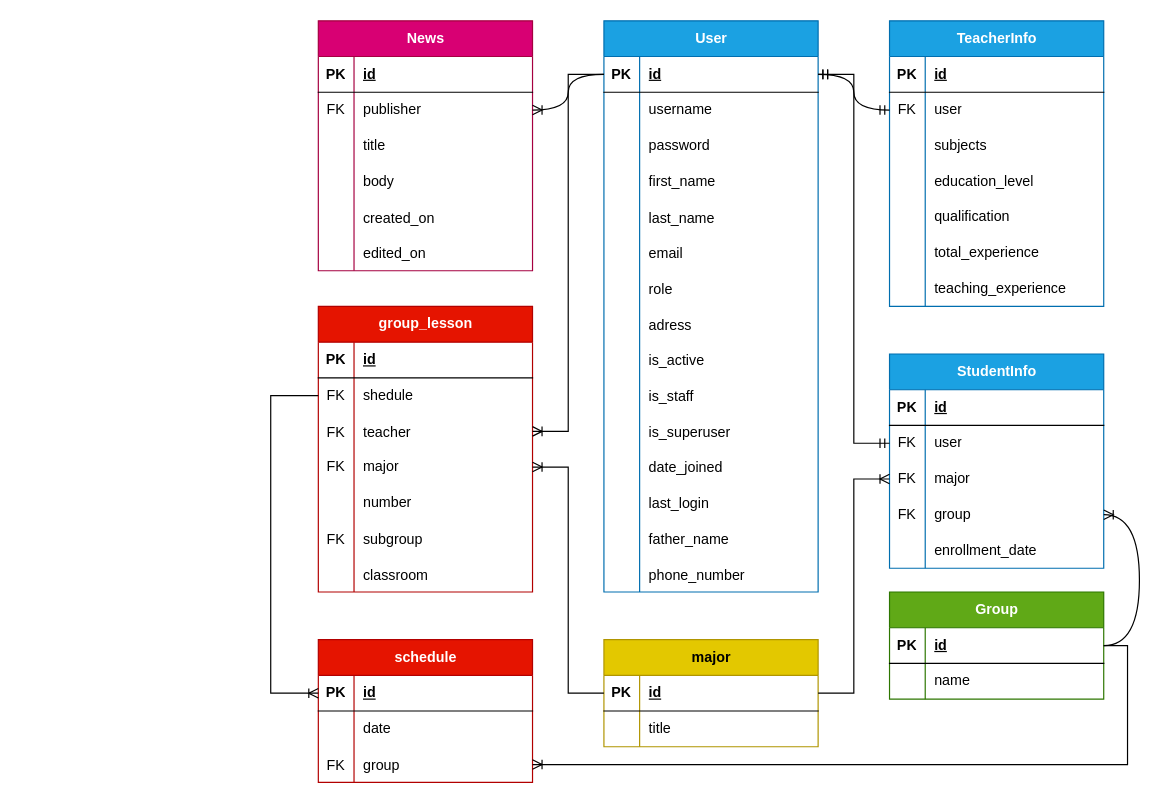
This is ER.drawio from on3ginnn/almetMedCollege, a draw.io file, before an edit. Source tidied: cells renumbered, new cells numbered last; positions are measured from the earlier drawing's top-left corner, leaving out a move shared by most shapes. Both pictures are drawn from the tidied source at 119%, with x=0, y=0 at pixel (270, 20).
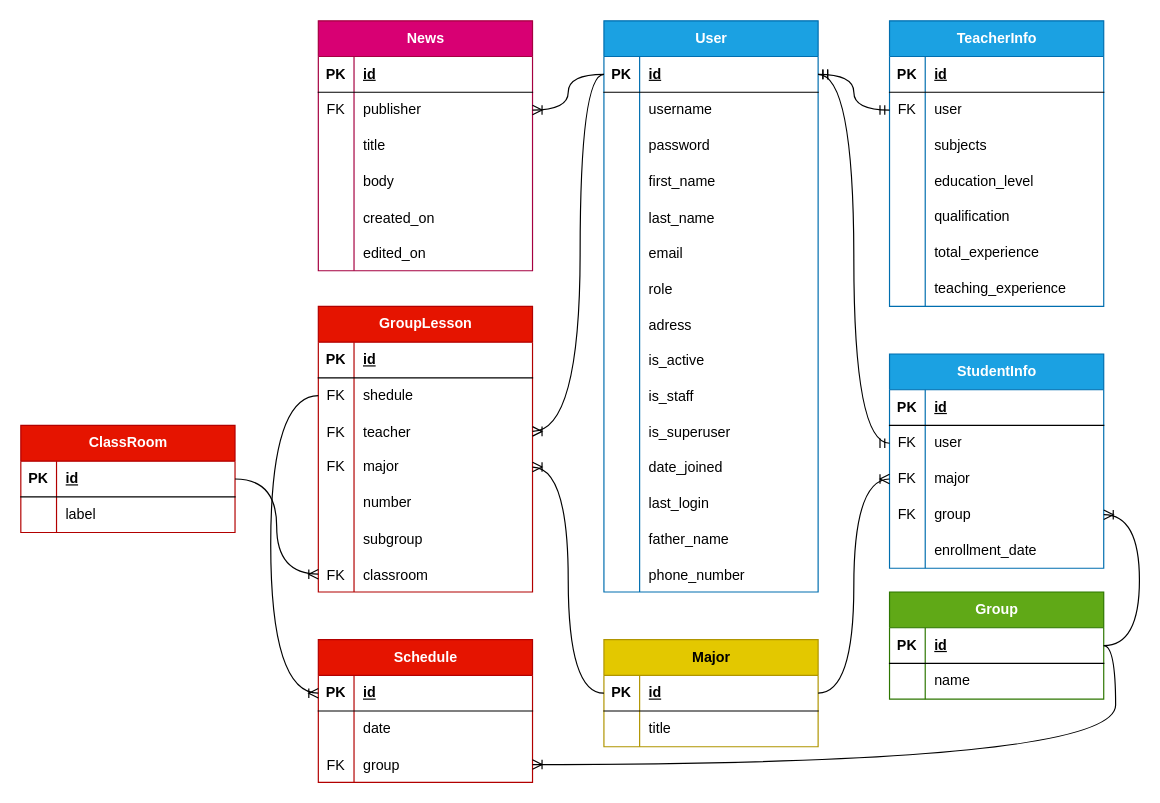
After the change.

Unchanged cells that the change refers to:
```xml
<mxCell id="3" style="shape=tableRow;horizontal=0;startSize=0;swimlaneHead=0;swimlaneBody=0;fillColor=none;points=[[0,0.5],[1,0.5]];portConstraint=eastwest;top=0;left=0;right=0;bottom=1;" parent="2" vertex="1">
  <mxGeometry y="30" width="180" height="30" as="geometry" />
</mxCell>
<mxCell id="49" style="shape=tableRow;horizontal=0;startSize=0;swimlaneHead=0;swimlaneBody=0;fillColor=none;points=[[0,0.5],[1,0.5]];portConstraint=eastwest;top=0;left=0;right=0;bottom=1;" parent="48" vertex="1">
  <mxGeometry y="30" width="180" height="30" as="geometry" />
</mxCell>
<mxCell id="76" style="shape=tableRow;horizontal=0;startSize=0;swimlaneHead=0;swimlaneBody=0;fillColor=none;points=[[0,0.5],[1,0.5]];portConstraint=eastwest;top=0;left=0;right=0;bottom=1;" parent="75" vertex="1">
  <mxGeometry y="30" width="180" height="30" as="geometry" />
</mxCell>
<mxCell id="83" style="shape=tableRow;horizontal=0;startSize=0;swimlaneHead=0;swimlaneBody=0;fillColor=none;points=[[0,0.5],[1,0.5]];portConstraint=eastwest;top=0;left=0;right=0;bottom=1;" parent="82" vertex="1">
  <mxGeometry y="30" width="180" height="30" as="geometry" />
</mxCell>
<mxCell id="89" style="shape=tableRow;horizontal=0;startSize=0;swimlaneHead=0;swimlaneBody=0;fillColor=none;points=[[0,0.5],[1,0.5]];portConstraint=eastwest;top=0;left=0;right=0;bottom=0;" parent="82" vertex="1">
  <mxGeometry y="90" width="180" height="30" as="geometry" />
</mxCell>
<mxCell id="96" style="shape=tableRow;horizontal=0;startSize=0;swimlaneHead=0;swimlaneBody=0;fillColor=none;points=[[0,0.5],[1,0.5]];portConstraint=eastwest;top=0;left=0;right=0;bottom=0;" parent="92" vertex="1">
  <mxGeometry y="60" width="180" height="30" as="geometry" />
</mxCell>
<mxCell id="99" style="shape=tableRow;horizontal=0;startSize=0;swimlaneHead=0;swimlaneBody=0;fillColor=none;points=[[0,0.5],[1,0.5]];portConstraint=eastwest;top=0;left=0;right=0;bottom=0;" parent="92" vertex="1">
  <mxGeometry y="90" width="180" height="30" as="geometry" />
</mxCell>
<mxCell id="102" style="shape=tableRow;horizontal=0;startSize=0;swimlaneHead=0;swimlaneBody=0;fillColor=none;points=[[0,0.5],[1,0.5]];portConstraint=eastwest;top=0;left=0;right=0;bottom=0;" parent="92" vertex="1">
  <mxGeometry y="120" width="180" height="30" as="geometry" />
</mxCell>
<mxCell id="108" style="shape=tableRow;horizontal=0;startSize=0;swimlaneHead=0;swimlaneBody=0;fillColor=none;top=0;left=0;right=0;bottom=0;" parent="92" vertex="1">
  <mxGeometry y="180" width="180" height="30" as="geometry" />
</mxCell>
<mxCell id="111" style="shape=tableRow;horizontal=0;startSize=0;swimlaneHead=0;swimlaneBody=0;fillColor=none;points=[[0,0.5],[1,0.5]];portConstraint=eastwest;top=0;left=0;right=0;bottom=0;" parent="92" vertex="1">
  <mxGeometry y="210" width="180" height="30" as="geometry" />
</mxCell>
<mxCell id="144" style="shape=tableRow;horizontal=0;startSize=0;swimlaneHead=0;swimlaneBody=0;fillColor=none;points=[[0,0.5],[1,0.5]];portConstraint=eastwest;top=0;left=0;right=0;bottom=0;" parent="140" vertex="1">
  <mxGeometry y="60" width="180" height="30" as="geometry" />
</mxCell>
<mxCell id="147" style="shape=tableRow;horizontal=0;startSize=0;swimlaneHead=0;swimlaneBody=0;fillColor=none;points=[[0,0.5],[1,0.5]];portConstraint=eastwest;top=0;left=0;right=0;bottom=0;" parent="140" vertex="1">
  <mxGeometry y="90" width="180" height="30" as="geometry" />
</mxCell>
```

Diff of the diagram source:
```diff
@@
-    <mxCell id="75" value="major" style="shape=table;startSize=30;childLayout=tableLayout;rowLines=0;fontStyle=1;align=center;html=1;fillColor=#e3c800;fontColor=#000000;strokeColor=#B09500;" parent="1" vertex="1">
+    <mxCell id="75" value="Major" style="shape=table;startSize=30;childLayout=tableLayout;rowLines=0;fontStyle=1;align=center;html=1;fillColor=#e3c800;fontColor=#000000;strokeColor=#B09500;" parent="1" vertex="1">
       <mxGeometry x="280" y="520" width="180" height="90" as="geometry" />
     </mxCell>
@@
-    <mxCell id="82" value="schedule" style="shape=table;startSize=30;childLayout=tableLayout;rowLines=0;fontStyle=1;align=center;html=1;fillColor=#e51400;fontColor=#ffffff;strokeColor=#B20000;" parent="1" vertex="1">
+    <mxCell id="82" value="Schedule" style="shape=table;startSize=30;childLayout=tableLayout;rowLines=0;fontStyle=1;align=center;html=1;fillColor=#e51400;fontColor=#ffffff;strokeColor=#B20000;" parent="1" vertex="1">
       <mxGeometry x="40" y="520" width="180" height="120" as="geometry" />
     </mxCell>
@@
-    <mxCell id="92" value="group_lesson" style="shape=table;startSize=30;childLayout=tableLayout;rowLines=0;fontStyle=1;align=center;html=1;fillColor=#e51400;fontColor=#ffffff;strokeColor=#B20000;" parent="1" vertex="1">
+    <mxCell id="92" value="GroupLesson" style="shape=table;startSize=30;childLayout=tableLayout;rowLines=0;fontStyle=1;align=center;html=1;fillColor=#e51400;fontColor=#ffffff;strokeColor=#B20000;" parent="1" vertex="1">
       <mxGeometry x="40" y="240" width="180" height="240" as="geometry" />
     </mxCell>
@@
-    <mxCell id="109" value="FK" style="shape=partialRectangle;fillColor=none;top=0;left=0;bottom=0;right=0;overflow=hidden;" parent="108" vertex="1">
+    <mxCell id="109" style="shape=partialRectangle;fillColor=none;top=0;left=0;bottom=0;right=0;overflow=hidden;" parent="108" vertex="1">
       <mxGeometry width="30" height="30" as="geometry" />
     </mxCell>
@@
-    <mxCell id="112" style="shape=partialRectangle;fillColor=none;top=0;left=0;bottom=0;right=0;overflow=hidden;" parent="111" vertex="1">
+    <mxCell id="112" value="FK" style="shape=partialRectangle;fillColor=none;top=0;left=0;bottom=0;right=0;overflow=hidden;" parent="111" vertex="1">
       <mxGeometry width="30" height="30" as="geometry" />
     </mxCell>
@@
-    <mxCell id="114" style="edgeStyle=orthogonalEdgeStyle;fontSize=12;html=1;endArrow=ERoneToMany;rounded=0;exitX=0;exitY=0.5;exitDx=0;exitDy=0;entryX=1;entryY=0.5;entryDx=0;entryDy=0;" parent="1" edge="1" source="3" target="99">
+    <mxCell id="114" style="edgeStyle=orthogonalEdgeStyle;fontSize=12;html=1;endArrow=ERoneToMany;rounded=0;exitX=0;exitY=0.5;exitDx=0;exitDy=0;entryX=1;entryY=0.5;entryDx=0;entryDy=0;curved=1;" parent="1" edge="1" source="3" target="99">
       <mxGeometry relative="1" as="geometry">
         <Array as="points">
-          <mxPoint x="250" y="45" />
-          <mxPoint x="250" y="345" />
+          <mxPoint x="260" y="45" />
+          <mxPoint x="260" y="345" />
         </Array>
       </mxGeometry>
     </mxCell>
-    <mxCell id="115" style="edgeStyle=orthogonalEdgeStyle;fontSize=12;html=1;endArrow=ERoneToMany;rounded=0;entryX=1;entryY=0.5;entryDx=0;entryDy=0;exitX=0;exitY=0.5;exitDx=0;exitDy=0;" parent="1" edge="1" source="76" target="102">
+    <mxCell id="115" style="edgeStyle=orthogonalEdgeStyle;fontSize=12;html=1;endArrow=ERoneToMany;rounded=0;entryX=1;entryY=0.5;entryDx=0;entryDy=0;exitX=0;exitY=0.5;exitDx=0;exitDy=0;curved=1;" parent="1" edge="1" source="76" target="102">
       <mxGeometry relative="1" as="geometry" />
     </mxCell>
-    <mxCell id="116" style="edgeStyle=orthogonalEdgeStyle;fontSize=12;html=1;endArrow=ERoneToMany;rounded=0;exitX=0;exitY=0.5;exitDx=0;exitDy=0;entryX=0;entryY=0.5;entryDx=0;entryDy=0;" parent="1" edge="1" source="96" target="83">
+    <mxCell id="116" style="edgeStyle=orthogonalEdgeStyle;fontSize=12;html=1;endArrow=ERoneToMany;rounded=0;exitX=0;exitY=0.5;exitDx=0;exitDy=0;entryX=0;entryY=0.5;entryDx=0;entryDy=0;curved=1;" parent="1" edge="1" source="96" target="83">
       <mxGeometry relative="1" as="geometry">
         <Array as="points">
           <mxPoint y="315" />
           <mxPoint y="565" />
         </Array>
       </mxGeometry>
     </mxCell>
@@
-    <mxCell id="156" style="edgeStyle=orthogonalEdgeStyle;fontSize=12;html=1;endArrow=ERmandOne;startArrow=ERmandOne;rounded=0;exitX=1;exitY=0.5;exitDx=0;exitDy=0;entryX=0;entryY=0.5;entryDx=0;entryDy=0;" parent="1" edge="1" source="3" target="144">
+    <mxCell id="156" style="edgeStyle=orthogonalEdgeStyle;fontSize=12;html=1;endArrow=ERmandOne;startArrow=ERmandOne;rounded=0;exitX=1;exitY=0.5;exitDx=0;exitDy=0;entryX=0;entryY=0.5;entryDx=0;entryDy=0;curved=1;" parent="1" edge="1" source="3" target="144">
       <mxGeometry relative="1" as="geometry" />
     </mxCell>
-    <mxCell id="157" style="edgeStyle=orthogonalEdgeStyle;fontSize=12;html=1;endArrow=ERoneToMany;rounded=0;entryX=0;entryY=0.5;entryDx=0;entryDy=0;exitX=1;exitY=0.5;exitDx=0;exitDy=0;" parent="1" edge="1" source="76" target="147">
+    <mxCell id="157" style="edgeStyle=orthogonalEdgeStyle;fontSize=12;html=1;endArrow=ERoneToMany;rounded=0;entryX=0;entryY=0.5;entryDx=0;entryDy=0;exitX=1;exitY=0.5;exitDx=0;exitDy=0;curved=1;" parent="1" edge="1" source="76" target="147">
       <mxGeometry relative="1" as="geometry" />
     </mxCell>
@@
-    <mxCell id="159" style="edgeStyle=orthogonalEdgeStyle;fontSize=12;html=1;endArrow=ERoneToMany;rounded=0;exitX=1;exitY=0.5;exitDx=0;exitDy=0;entryX=1;entryY=0.5;entryDx=0;entryDy=0;" parent="1" edge="1" source="49" target="89">
-      <mxGeometry relative="1" as="geometry">
-        <Array as="points">
-          <mxPoint x="720" y="525" />
-          <mxPoint x="720" y="625" />
-        </Array>
-      </mxGeometry>
+    <mxCell id="159" style="edgeStyle=orthogonalEdgeStyle;fontSize=12;html=1;endArrow=ERoneToMany;rounded=0;exitX=1;exitY=0.5;exitDx=0;exitDy=0;entryX=1;entryY=0.5;entryDx=0;entryDy=0;curved=1;" parent="1" edge="1" source="49" target="89">
+      <mxGeometry relative="1" as="geometry" />
     </mxCell>
+    <mxCell id="160" value="ClassRoom" style="shape=table;startSize=30;childLayout=tableLayout;rowLines=0;fontStyle=1;align=center;html=1;fillColor=#e51400;fontColor=#ffffff;strokeColor=#B20000;" parent="1" vertex="1">
+      <mxGeometry x="-210" y="340" width="180" height="90" as="geometry" />
+    </mxCell>
+    <mxCell id="161" style="shape=tableRow;horizontal=0;startSize=0;swimlaneHead=0;swimlaneBody=0;fillColor=none;points=[[0,0.5],[1,0.5]];portConstraint=eastwest;top=0;left=0;right=0;bottom=1;" parent="160" vertex="1">
+      <mxGeometry y="30" width="180" height="30" as="geometry" />
+    </mxCell>
+    <mxCell id="162" value="PK" style="shape=partialRectangle;fillColor=none;top=0;left=0;bottom=0;right=0;fontStyle=1;overflow=hidden;whiteSpace=wrap;html=1;" parent="161" vertex="1">
+      <mxGeometry width="30" height="30" as="geometry" />
+    </mxCell>
+    <mxCell id="163" value="id" style="shape=partialRectangle;fillColor=none;top=0;left=0;bottom=0;right=0;align=left;spacingLeft=6;fontStyle=5;overflow=hidden;whiteSpace=wrap;html=1;" parent="161" vertex="1">
+      <mxGeometry x="30" width="150" height="30" as="geometry" />
+    </mxCell>
+    <mxCell id="164" style="shape=tableRow;horizontal=0;startSize=0;swimlaneHead=0;swimlaneBody=0;fillColor=none;top=0;left=0;right=0;bottom=0;" parent="160" vertex="1">
+      <mxGeometry y="60" width="180" height="30" as="geometry" />
+    </mxCell>
+    <mxCell id="165" style="shape=partialRectangle;fillColor=none;top=0;left=0;bottom=0;right=0;overflow=hidden;whiteSpace=wrap;html=1;" parent="164" vertex="1">
+      <mxGeometry width="30" height="30" as="geometry" />
+    </mxCell>
+    <mxCell id="166" value="label" style="shape=partialRectangle;fillColor=none;top=0;left=0;bottom=0;right=0;align=left;spacingLeft=6;overflow=hidden;whiteSpace=wrap;html=1;" parent="164" vertex="1">
+      <mxGeometry x="30" width="150" height="30" as="geometry" />
+    </mxCell>
+    <mxCell id="167" style="edgeStyle=orthogonalEdgeStyle;fontSize=12;html=1;endArrow=ERoneToMany;rounded=0;exitX=1;exitY=0.5;exitDx=0;exitDy=0;curved=1;entryX=0;entryY=0.5;entryDx=0;entryDy=0;" parent="1" edge="1" source="161" target="111">
+      <mxGeometry relative="1" as="geometry" />
+    </mxCell>
```
